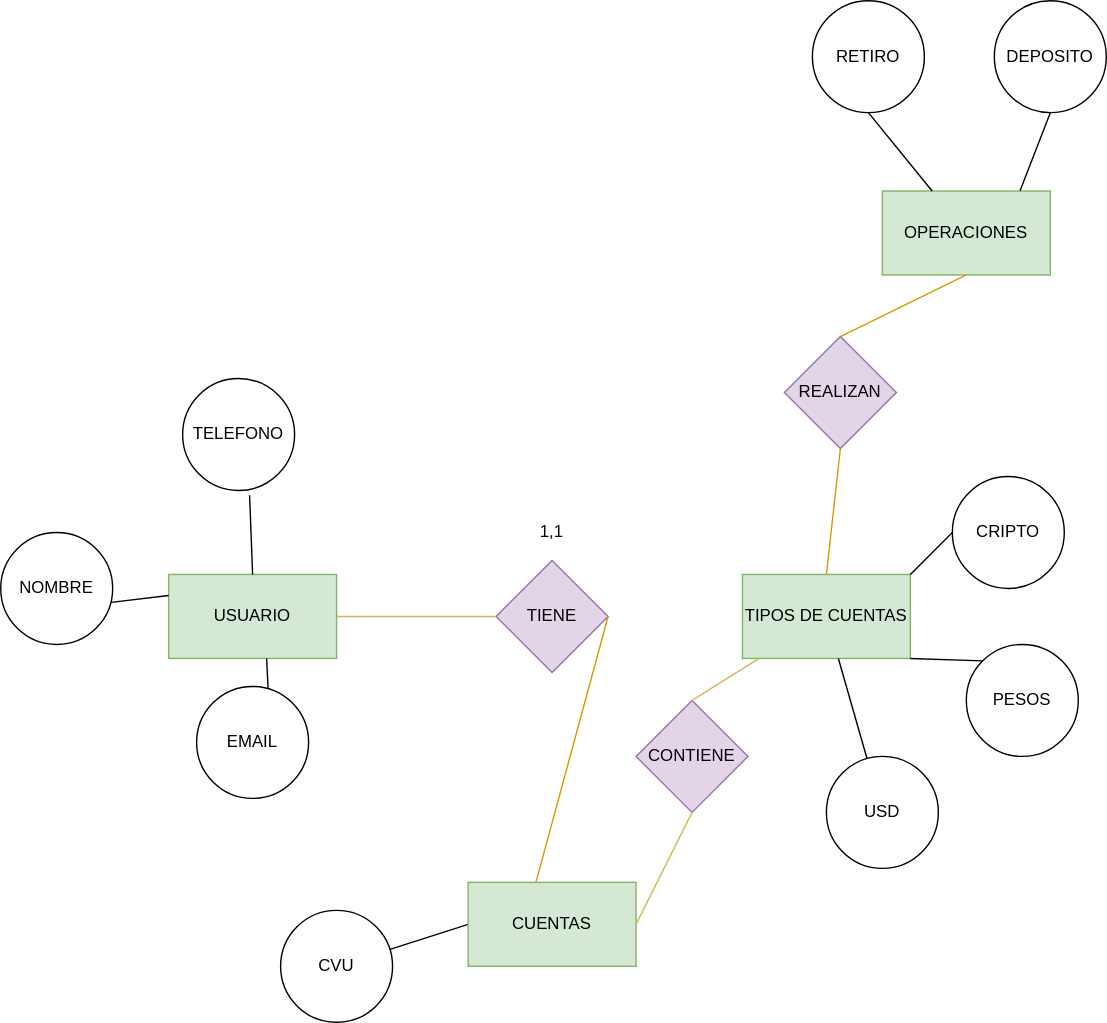
This is Diagrama sin título.drawio.svg from Lauga2022/APP, a draw.io export, as it was before one commit. Source tidied: cells renumbered, new cells last; positions are measured from the earlier drawing's top-left corner, leaving out a move shared by most shapes.
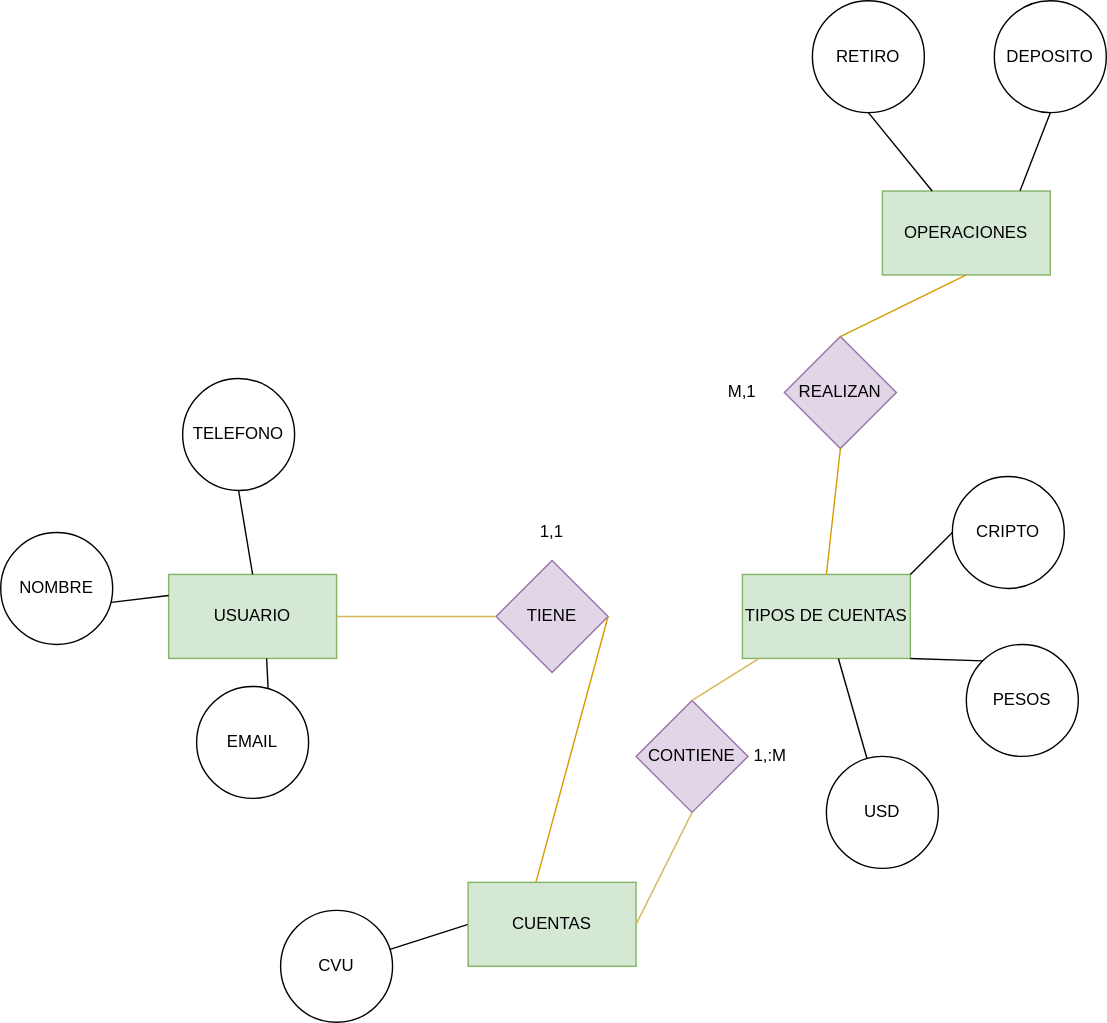
Above is the later version.

Change to the diagram source:
```diff
@@ -85,8 +85,10 @@
     <mxCell id="27" value="TELEFONO" style="ellipse;whiteSpace=wrap;html=1;" parent="1" vertex="1">
       <mxGeometry x="130" y="270" width="80" height="80" as="geometry" />
     </mxCell>
-    <mxCell id="28" style="endArrow=none;html=1;rounded=0;entryX=0.598;entryY=1.043;entryDx=0;entryDy=0;entryPerimeter=0;exitX=0.5;exitY=0;exitDx=0;exitDy=0;" parent="1" edge="1" source="2" target="27">
-      <mxGeometry relative="1" as="geometry" />
+    <mxCell id="28" style="endArrow=none;html=1;rounded=0;exitX=0.5;exitY=0;exitDx=0;exitDy=0;" parent="1" edge="1" source="2">
+      <mxGeometry relative="1" as="geometry">
+        <mxPoint x="170" y="350" as="targetPoint" />
+      </mxGeometry>
     </mxCell>
     <mxCell id="29" value="CUENTAS" style="rounded=0;whiteSpace=wrap;html=1;fillColor=#d5e8d4;strokeColor=#82b366;" parent="1" vertex="1">
       <mxGeometry x="334" y="630" width="120" height="60" as="geometry" />
@@ -103,5 +105,11 @@
     <mxCell id="33" style="endArrow=none;html=1;rounded=0;exitX=0.5;exitY=0;exitDx=0;exitDy=0;fillColor=#fff2cc;strokeColor=#d6b656;" parent="1" edge="1" source="32" target="4">
       <mxGeometry relative="1" as="geometry" />
     </mxCell>
+    <mxCell id="34" value="M,1" style="whiteSpace=wrap;html=1;fillColor=none;strokeColor=none;" parent="1" vertex="1">
+      <mxGeometry x="470" y="250" width="120" height="60" as="geometry" />
+    </mxCell>
+    <mxCell id="35" value="1,:M" style="whiteSpace=wrap;html=1;fillColor=none;strokeColor=none;" parent="1" vertex="1">
+      <mxGeometry x="490" y="510" width="120" height="60" as="geometry" />
+    </mxCell>
   </root>
 </mxGraphModel>
```
